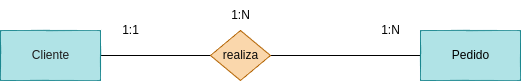
The draw.io diagram tareas/tarea-3/images/ejercicio5.drawio.png in betancorge/base-datos-2, before a commit. Source tidied: cells renumbered, new cells last; positions are measured from the earlier drawing's top-left corner, leaving out a move shared by most shapes.
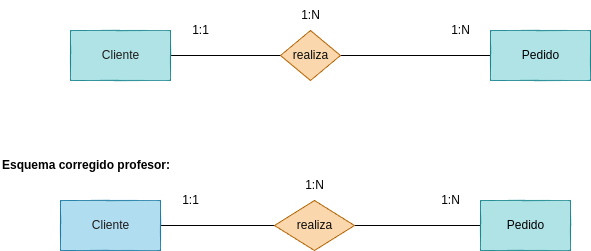
Above is the later version.

What changed in the source:
```diff
@@ -26,5 +26,32 @@
     <mxCell id="9" value="1:1" style="text;html=1;align=center;verticalAlign=middle;strokeColor=none;fillColor=none;" parent="1" vertex="1">
       <mxGeometry x="110" y="15" width="40" height="30" as="geometry" />
     </mxCell>
+    <mxCell id="10" value="&lt;h1 style=&quot;margin-top: 0px;&quot;&gt;&lt;font style=&quot;font-size: 12px;&quot;&gt;Esquema corregido profesor:&lt;/font&gt;&lt;/h1&gt;" style="text;html=1;whiteSpace=wrap;overflow=hidden;rounded=0;" parent="1" vertex="1">
+      <mxGeometry x="-70" y="140" width="190" height="50" as="geometry" />
+    </mxCell>
+    <mxCell id="11" style="edgeStyle=none;html=1;entryX=0;entryY=0.5;entryDx=0;entryDy=0;endArrow=none;endFill=0;" parent="1" edge="1" source="12" target="14">
+      <mxGeometry relative="1" as="geometry" />
+    </mxCell>
+    <mxCell id="12" value="&lt;font color=&quot;#1d1b1b&quot;&gt;Cliente&lt;/font&gt;" style="html=1;dashed=0;whitespace=wrap;fillColor=#b1ddf0;strokeColor=#10739e;" parent="1" vertex="1">
+      <mxGeometry x="-10" y="200" width="100" height="50" as="geometry" />
+    </mxCell>
+    <mxCell id="13" style="edgeStyle=none;html=1;exitX=1;exitY=0.5;exitDx=0;exitDy=0;entryX=0;entryY=0.5;entryDx=0;entryDy=0;endArrow=none;endFill=0;" parent="1" edge="1" source="14" target="15">
+      <mxGeometry relative="1" as="geometry" />
+    </mxCell>
+    <mxCell id="14" value="&lt;font color=&quot;#0a0a0a&quot;&gt;realiza&lt;/font&gt;" style="shape=rhombus;html=1;dashed=0;whitespace=wrap;perimeter=rhombusPerimeter;fillColor=#fad7ac;strokeColor=#b46504;" parent="1" vertex="1">
+      <mxGeometry x="204" y="200" width="80" height="50" as="geometry" />
+    </mxCell>
+    <mxCell id="15" value="&lt;font color=&quot;#000000&quot;&gt;Pedido&lt;/font&gt;" style="html=1;dashed=0;whitespace=wrap;fillColor=#b0e3e6;strokeColor=#0e8088;" parent="1" vertex="1">
+      <mxGeometry x="410" y="200" width="90" height="50" as="geometry" />
+    </mxCell>
+    <mxCell id="16" value="1:N" style="text;html=1;align=center;verticalAlign=middle;strokeColor=none;fillColor=none;" parent="1" vertex="1">
+      <mxGeometry x="360" y="185" width="40" height="30" as="geometry" />
+    </mxCell>
+    <mxCell id="17" value="1:N" style="text;html=1;align=center;verticalAlign=middle;strokeColor=none;fillColor=none;" parent="1" vertex="1">
+      <mxGeometry x="224" y="170" width="40" height="30" as="geometry" />
+    </mxCell>
+    <mxCell id="18" value="1:1" style="text;html=1;align=center;verticalAlign=middle;strokeColor=none;fillColor=none;" parent="1" vertex="1">
+      <mxGeometry x="100" y="185" width="40" height="30" as="geometry" />
+    </mxCell>
   </root>
 </mxGraphModel>
```
